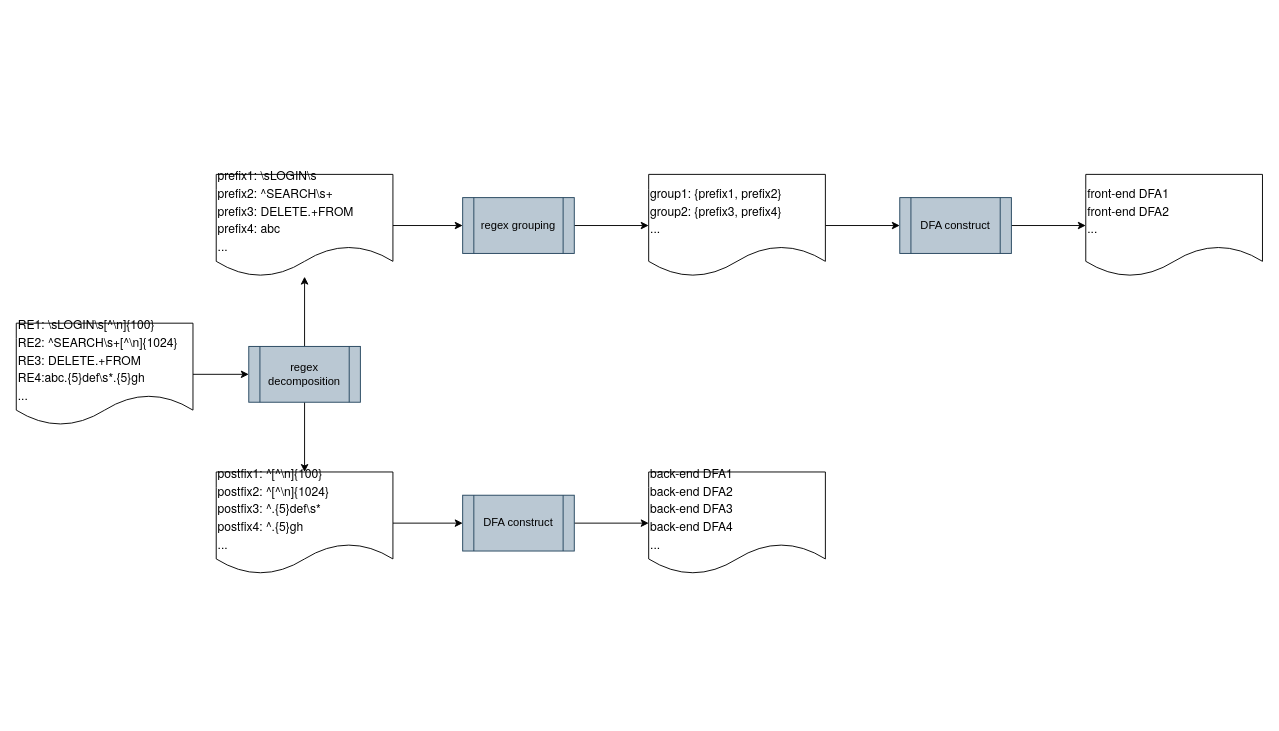
Before: Untitled Diagram.drawio in daveMmd/hello-world, a draw.io diagram. Source tidied: cells renumbered, new cells numbered last; positions are measured from the earlier drawing's top-left corner, leaving out a move shared by most shapes. Both pictures are drawn from the tidied source at 93%, with x=0, y=0 at pixel (16, 174).
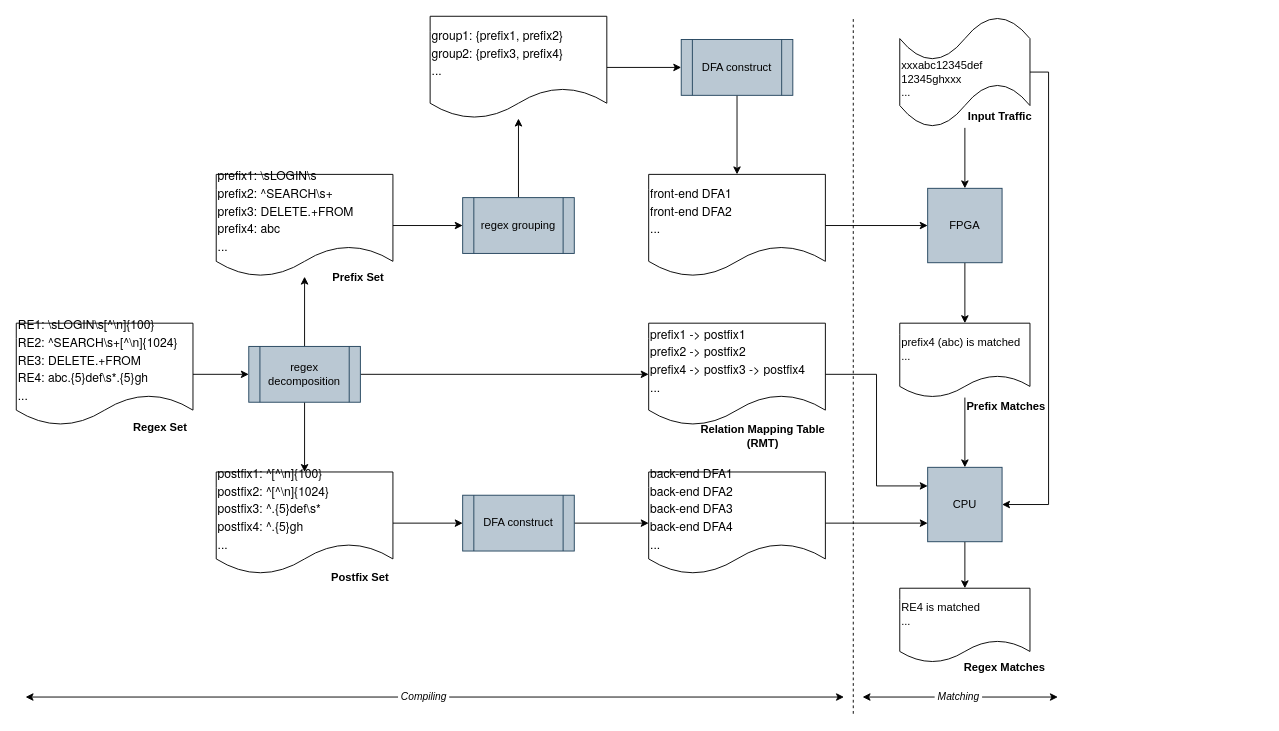
Above is the later version.

Unchanged cells that the change refers to:
```xml
<mxCell id="6" value="regex decomposition" style="shape=process;whiteSpace=wrap;html=1;backgroundOutline=1;fillColor=#bac8d3;strokeColor=#23445d;" parent="1" vertex="1">
  <mxGeometry x="250" y="185" width="120" height="60" as="geometry" />
</mxCell>
<mxCell id="12" value="regex grouping" style="shape=process;whiteSpace=wrap;html=1;backgroundOutline=1;fillColor=#bac8d3;strokeColor=#23445d;" parent="1" vertex="1">
  <mxGeometry x="480" y="25" width="120" height="60" as="geometry" />
</mxCell>
<mxCell id="20" value="&lt;p class=&quot;p1&quot; style=&quot;margin: 0px ; font-stretch: normal ; line-height: normal&quot;&gt;&lt;font face=&quot;helvetica neue&quot;&gt;&lt;span style=&quot;font-size: 13px&quot;&gt;back-end DFA1&lt;/span&gt;&lt;/font&gt;&lt;/p&gt;&lt;p class=&quot;p1&quot; style=&quot;margin: 0px ; font-stretch: normal ; line-height: normal&quot;&gt;&lt;font face=&quot;helvetica neue&quot;&gt;&lt;span style=&quot;font-size: 13px&quot;&gt;back-end DFA2&lt;/span&gt;&lt;/font&gt;&lt;/p&gt;&lt;p class=&quot;p1&quot; style=&quot;margin: 0px ; font-stretch: normal ; line-height: normal&quot;&gt;&lt;font face=&quot;helvetica neue&quot;&gt;&lt;span style=&quot;font-size: 13px&quot;&gt;back-end DFA3&lt;/span&gt;&lt;/font&gt;&lt;/p&gt;&lt;p class=&quot;p1&quot; style=&quot;margin: 0px ; font-stretch: normal ; line-height: normal&quot;&gt;&lt;font face=&quot;helvetica neue&quot;&gt;&lt;span style=&quot;font-size: 13px&quot;&gt;back-end DFA4&lt;/span&gt;&lt;/font&gt;&lt;/p&gt;&lt;p class=&quot;p1&quot; style=&quot;margin: 0px ; font-stretch: normal ; line-height: normal&quot;&gt;&lt;font face=&quot;helvetica neue&quot;&gt;&lt;span style=&quot;font-size: 13px&quot;&gt;...&lt;/span&gt;&lt;/font&gt;&lt;/p&gt;" style="shape=document;whiteSpace=wrap;html=1;boundedLbl=1;align=left;" parent="1" vertex="1">
  <mxGeometry x="680" y="320" width="190" height="110" as="geometry" />
</mxCell>
```

What changed in the source:
```diff
@@
-    <mxCell id="3" value="&lt;p class=&quot;p1&quot; style=&quot;margin: 0px ; font-stretch: normal ; font-size: 13px ; line-height: normal ; font-family: &amp;#34;helvetica neue&amp;#34;&quot;&gt;&lt;span class=&quot;s1&quot;&gt;RE1: \sLOGIN\s[^\n]{100}&lt;/span&gt;&lt;/p&gt;&lt;p class=&quot;p1&quot; style=&quot;margin: 0px ; font-stretch: normal ; font-size: 13px ; line-height: normal ; font-family: &amp;#34;helvetica neue&amp;#34;&quot;&gt;&lt;span class=&quot;s1&quot;&gt;RE2: ^SEARCH\s+[^\n]{1024}&lt;/span&gt;&lt;/p&gt;&lt;p class=&quot;p1&quot; style=&quot;margin: 0px ; font-stretch: normal ; font-size: 13px ; line-height: normal ; font-family: &amp;#34;helvetica neue&amp;#34;&quot;&gt;&lt;span class=&quot;s1&quot;&gt;RE3: DELETE.+FROM&lt;/span&gt;&lt;/p&gt;&lt;p class=&quot;p1&quot; style=&quot;margin: 0px ; font-stretch: normal ; font-size: 13px ; line-height: normal ; font-family: &amp;#34;helvetica neue&amp;#34;&quot;&gt;&lt;span class=&quot;s1&quot;&gt;RE4:abc.{5}def\s*.{5}gh&lt;/span&gt;&lt;/p&gt;&lt;p class=&quot;p1&quot; style=&quot;margin: 0px ; font-stretch: normal ; font-size: 13px ; line-height: normal ; font-family: &amp;#34;helvetica neue&amp;#34;&quot;&gt;&lt;span class=&quot;s1&quot;&gt;...&lt;/span&gt;&lt;/p&gt;" style="shape=document;whiteSpace=wrap;html=1;boundedLbl=1;align=left;" parent="1" vertex="1">
+    <mxCell id="3" value="&lt;p class=&quot;p1&quot; style=&quot;margin: 0px ; font-stretch: normal ; font-size: 13px ; line-height: normal ; font-family: &amp;#34;helvetica neue&amp;#34;&quot;&gt;&lt;span class=&quot;s1&quot;&gt;RE1: \sLOGIN\s[^\n]{100}&lt;/span&gt;&lt;/p&gt;&lt;p class=&quot;p1&quot; style=&quot;margin: 0px ; font-stretch: normal ; font-size: 13px ; line-height: normal ; font-family: &amp;#34;helvetica neue&amp;#34;&quot;&gt;&lt;span class=&quot;s1&quot;&gt;RE2: ^SEARCH\s+[^\n]{1024}&lt;/span&gt;&lt;/p&gt;&lt;p class=&quot;p1&quot; style=&quot;margin: 0px ; font-stretch: normal ; font-size: 13px ; line-height: normal ; font-family: &amp;#34;helvetica neue&amp;#34;&quot;&gt;&lt;span class=&quot;s1&quot;&gt;RE3: DELETE.+FROM&lt;/span&gt;&lt;/p&gt;&lt;p class=&quot;p1&quot; style=&quot;margin: 0px ; font-stretch: normal ; font-size: 13px ; line-height: normal ; font-family: &amp;#34;helvetica neue&amp;#34;&quot;&gt;&lt;span class=&quot;s1&quot;&gt;RE4: abc.{5}def\s*.{5}gh&lt;/span&gt;&lt;/p&gt;&lt;p class=&quot;p1&quot; style=&quot;margin: 0px ; font-stretch: normal ; font-size: 13px ; line-height: normal ; font-family: &amp;#34;helvetica neue&amp;#34;&quot;&gt;&lt;span class=&quot;s1&quot;&gt;...&lt;/span&gt;&lt;/p&gt;" style="shape=document;whiteSpace=wrap;html=1;boundedLbl=1;align=left;" parent="1" vertex="1">
       <mxGeometry y="160" width="190" height="110" as="geometry" />
     </mxCell>
@@
+    <mxCell id="21" style="edgeStyle=orthogonalEdgeStyle;rounded=0;jettySize=auto;html=1;" parent="1" edge="1" source="6" target="25">
+      <mxGeometry relative="1" as="geometry" />
+    </mxCell>
@@
-    <mxCell id="11" style="edgeStyle=orthogonalEdgeStyle;rounded=0;jettySize=auto;html=1;exitX=1;exitY=0.5;exitDx=0;exitDy=0;entryX=0;entryY=0.5;entryDx=0;entryDy=0;" parent="1" edge="1" source="12" target="14">
+    <mxCell id="11" style="edgeStyle=orthogonalEdgeStyle;rounded=0;jettySize=auto;html=1;" parent="1" edge="1" source="12" target="14">
       <mxGeometry relative="1" as="geometry" />
     </mxCell>
@@
     <mxCell id="14" value="&lt;p class=&quot;p1&quot; style=&quot;margin: 0px ; font-stretch: normal ; line-height: normal&quot;&gt;&lt;font face=&quot;helvetica neue&quot;&gt;&lt;span style=&quot;font-size: 13px&quot;&gt;group1: {prefix1, prefix2}&lt;/span&gt;&lt;/font&gt;&lt;/p&gt;&lt;p class=&quot;p1&quot; style=&quot;margin: 0px ; font-stretch: normal ; line-height: normal&quot;&gt;&lt;font face=&quot;helvetica neue&quot;&gt;&lt;span style=&quot;font-size: 13px&quot;&gt;group2: {prefix3, prefix4}&lt;/span&gt;&lt;/font&gt;&lt;/p&gt;&lt;p class=&quot;p1&quot; style=&quot;margin: 0px ; font-stretch: normal ; line-height: normal&quot;&gt;&lt;font face=&quot;helvetica neue&quot;&gt;&lt;span style=&quot;font-size: 13px&quot;&gt;...&lt;/span&gt;&lt;/font&gt;&lt;/p&gt;" style="shape=document;whiteSpace=wrap;html=1;boundedLbl=1;align=left;" parent="1" vertex="1">
-      <mxGeometry x="680" width="190" height="110" as="geometry" />
+      <mxGeometry x="445" y="-170" width="190" height="110" as="geometry" />
     </mxCell>
@@
     <mxCell id="16" value="DFA construct" style="shape=process;whiteSpace=wrap;html=1;backgroundOutline=1;fillColor=#bac8d3;strokeColor=#23445d;" parent="1" vertex="1">
-      <mxGeometry x="950" y="25" width="120" height="60" as="geometry" />
+      <mxGeometry x="715" y="-145" width="120" height="60" as="geometry" />
     </mxCell>
@@
+    <mxCell id="22" style="edgeStyle=orthogonalEdgeStyle;rounded=0;jettySize=auto;html=1;" parent="1" edge="1" source="19" target="27">
+      <mxGeometry relative="1" as="geometry" />
+    </mxCell>
     <mxCell id="19" value="&lt;p class=&quot;p1&quot; style=&quot;margin: 0px ; font-stretch: normal ; line-height: normal&quot;&gt;&lt;font face=&quot;helvetica neue&quot;&gt;&lt;span style=&quot;font-size: 13px&quot;&gt;front-end DFA1&lt;/span&gt;&lt;/font&gt;&lt;/p&gt;&lt;p class=&quot;p1&quot; style=&quot;margin: 0px ; font-stretch: normal ; line-height: normal&quot;&gt;&lt;font face=&quot;helvetica neue&quot;&gt;&lt;span style=&quot;font-size: 13px&quot;&gt;front-end DFA2&lt;/span&gt;&lt;/font&gt;&lt;/p&gt;&lt;p class=&quot;p1&quot; style=&quot;margin: 0px ; font-stretch: normal ; line-height: normal&quot;&gt;&lt;font face=&quot;helvetica neue&quot;&gt;&lt;span style=&quot;font-size: 13px&quot;&gt;...&lt;/span&gt;&lt;/font&gt;&lt;/p&gt;" style="shape=document;whiteSpace=wrap;html=1;boundedLbl=1;align=left;" parent="1" vertex="1">
-      <mxGeometry x="1150" width="190" height="110" as="geometry" />
+      <mxGeometry x="680" width="190" height="110" as="geometry" />
     </mxCell>
+    <mxCell id="23" style="edgeStyle=orthogonalEdgeStyle;rounded=0;jettySize=auto;html=1;exitX=1;exitY=0.5;exitDx=0;exitDy=0;entryX=0;entryY=0.75;entryDx=0;entryDy=0;" parent="1" edge="1" source="20" target="29">
+      <mxGeometry relative="1" as="geometry" />
+    </mxCell>
@@
+    <mxCell id="24" style="edgeStyle=orthogonalEdgeStyle;rounded=0;jettySize=auto;html=1;entryX=0;entryY=0.25;entryDx=0;entryDy=0;" parent="1" edge="1" source="25" target="29">
+      <mxGeometry relative="1" as="geometry" />
+    </mxCell>
+    <mxCell id="25" value="&lt;p class=&quot;p1&quot; style=&quot;margin: 0px ; font-stretch: normal ; line-height: normal&quot;&gt;&lt;font face=&quot;helvetica neue&quot;&gt;&lt;span style=&quot;font-size: 13px&quot;&gt;prefix1 -&amp;gt; postfix1&lt;/span&gt;&lt;/font&gt;&lt;/p&gt;&lt;p class=&quot;p1&quot; style=&quot;margin: 0px ; font-stretch: normal ; line-height: normal&quot;&gt;&lt;font face=&quot;helvetica neue&quot;&gt;&lt;span style=&quot;font-size: 13px&quot;&gt;prefix2 -&amp;gt; postfix2&lt;/span&gt;&lt;/font&gt;&lt;/p&gt;&lt;p class=&quot;p1&quot; style=&quot;margin: 0px ; font-stretch: normal ; line-height: normal&quot;&gt;&lt;font face=&quot;helvetica neue&quot;&gt;&lt;span style=&quot;font-size: 13px&quot;&gt;prefix4 -&amp;gt; postfix3 -&amp;gt; postfix4&lt;/span&gt;&lt;/font&gt;&lt;/p&gt;&lt;p class=&quot;p1&quot; style=&quot;margin: 0px ; font-stretch: normal ; line-height: normal&quot;&gt;&lt;font face=&quot;helvetica neue&quot;&gt;&lt;span style=&quot;font-size: 13px&quot;&gt;...&lt;/span&gt;&lt;/font&gt;&lt;/p&gt;" style="shape=document;whiteSpace=wrap;html=1;boundedLbl=1;align=left;" parent="1" vertex="1">
+      <mxGeometry x="680" y="160" width="190" height="110" as="geometry" />
+    </mxCell>
+    <mxCell id="26" style="edgeStyle=orthogonalEdgeStyle;rounded=0;jettySize=auto;html=1;" parent="1" edge="1" source="27" target="34">
+      <mxGeometry relative="1" as="geometry" />
+    </mxCell>
+    <mxCell id="27" value="FPGA" style="whiteSpace=wrap;html=1;fillColor=#bac8d3;strokeColor=#23445d;" parent="1" vertex="1">
+      <mxGeometry x="980" y="15" width="80" height="80" as="geometry" />
+    </mxCell>
+    <mxCell id="28" style="edgeStyle=orthogonalEdgeStyle;rounded=0;jettySize=auto;html=1;" parent="1" edge="1" source="29" target="35">
+      <mxGeometry relative="1" as="geometry" />
+    </mxCell>
+    <mxCell id="29" value="CPU" style="whiteSpace=wrap;html=1;fillColor=#bac8d3;strokeColor=#23445d;" parent="1" vertex="1">
+      <mxGeometry x="980" y="315" width="80" height="80" as="geometry" />
+    </mxCell>
+    <mxCell id="30" style="edgeStyle=orthogonalEdgeStyle;rounded=0;jettySize=auto;html=1;" parent="1" edge="1" source="32" target="27">
+      <mxGeometry relative="1" as="geometry" />
+    </mxCell>
+    <mxCell id="31" style="edgeStyle=orthogonalEdgeStyle;rounded=0;jettySize=auto;html=1;entryX=1;entryY=0.5;entryDx=0;entryDy=0;exitX=1;exitY=0.5;exitDx=0;exitDy=0;exitPerimeter=0;" parent="1" edge="1" source="32" target="29">
+      <mxGeometry relative="1" as="geometry" />
+    </mxCell>
+    <mxCell id="32" value="&lt;br&gt;xxxabc12345def&lt;br&gt;12345ghxxx&lt;br&gt;..." style="shape=tape;whiteSpace=wrap;html=1;align=left;" parent="1" vertex="1">
+      <mxGeometry x="950" y="-170" width="140" height="120" as="geometry" />
+    </mxCell>
+    <mxCell id="33" style="edgeStyle=orthogonalEdgeStyle;rounded=0;jettySize=auto;html=1;" parent="1" edge="1" source="34" target="29">
+      <mxGeometry relative="1" as="geometry" />
+    </mxCell>
+    <mxCell id="34" value="prefix4 (abc) is matched&lt;br&gt;..." style="shape=document;whiteSpace=wrap;html=1;boundedLbl=1;align=left;" parent="1" vertex="1">
+      <mxGeometry x="950" y="160" width="140" height="80" as="geometry" />
+    </mxCell>
+    <mxCell id="35" value="RE4 is matched&lt;br&gt;..." style="shape=document;whiteSpace=wrap;html=1;boundedLbl=1;align=left;" parent="1" vertex="1">
+      <mxGeometry x="950" y="445" width="140" height="80" as="geometry" />
+    </mxCell>
+    <mxCell id="36" value="&lt;b&gt;Regex Set&lt;/b&gt;" style="text;html=1;strokeColor=none;fillColor=none;align=center;verticalAlign=middle;whiteSpace=wrap;rounded=0;" parent="1" vertex="1">
+      <mxGeometry x="120" y="262" width="70" height="20" as="geometry" />
+    </mxCell>
+    <mxCell id="37" value="&lt;b&gt;Prefix Set&lt;/b&gt;" style="text;html=1;strokeColor=none;fillColor=none;align=center;verticalAlign=middle;whiteSpace=wrap;rounded=0;" parent="1" vertex="1">
+      <mxGeometry x="333" y="101" width="70" height="20" as="geometry" />
+    </mxCell>
+    <mxCell id="38" value="&lt;b&gt;Postfix Set&lt;/b&gt;" style="text;html=1;strokeColor=none;fillColor=none;align=center;verticalAlign=middle;whiteSpace=wrap;rounded=0;" parent="1" vertex="1">
+      <mxGeometry x="335" y="424" width="70" height="20" as="geometry" />
+    </mxCell>
+    <mxCell id="39" value="&lt;b&gt;Relation Mapping Table&lt;br&gt;(RMT)&lt;br&gt;&lt;/b&gt;" style="text;html=1;strokeColor=none;fillColor=none;align=center;verticalAlign=middle;whiteSpace=wrap;rounded=0;" parent="1" vertex="1">
+      <mxGeometry x="733" y="272" width="140" height="20" as="geometry" />
+    </mxCell>
+    <mxCell id="40" value="&lt;b&gt;Input Traffic&lt;/b&gt;" style="text;html=1;strokeColor=none;fillColor=none;align=center;verticalAlign=middle;whiteSpace=wrap;rounded=0;" parent="1" vertex="1">
+      <mxGeometry x="1013" y="-72" width="90" height="20" as="geometry" />
+    </mxCell>
+    <mxCell id="41" value="&lt;b&gt;Prefix Matches&lt;/b&gt;" style="text;html=1;strokeColor=none;fillColor=none;align=center;verticalAlign=middle;whiteSpace=wrap;rounded=0;" parent="1" vertex="1">
+      <mxGeometry x="1021" y="240" width="87" height="20" as="geometry" />
+    </mxCell>
+    <mxCell id="42" value="&lt;b&gt;Regex Matches&lt;/b&gt;" style="text;html=1;strokeColor=none;fillColor=none;align=center;verticalAlign=middle;whiteSpace=wrap;rounded=0;" parent="1" vertex="1">
+      <mxGeometry x="1014.5" y="520" width="95.5" height="20" as="geometry" />
+    </mxCell>
+    <mxCell id="43" style="endArrow=none;dashed=1;html=1;" parent="1" edge="1">
+      <mxGeometry relative="1" as="geometry">
+        <mxPoint x="900" y="580" as="sourcePoint" />
+        <mxPoint x="900" y="-170" as="targetPoint" />
+      </mxGeometry>
+    </mxCell>
+    <mxCell id="44" style="endArrow=classic;startArrow=classic;html=1;" parent="1" edge="1">
+      <mxGeometry relative="1" as="geometry">
+        <mxPoint x="10" y="562" as="sourcePoint" />
+        <mxPoint x="890" y="562" as="targetPoint" />
+      </mxGeometry>
+    </mxCell>
+    <mxCell id="45" value="&lt;i&gt;&amp;nbsp;Compiling&amp;nbsp;&lt;/i&gt;" style="edgeLabel;html=1;align=center;verticalAlign=middle;" parent="44" vertex="1">
+      <mxGeometry x="-0.03" y="-2" relative="1" as="geometry">
+        <mxPoint y="-3" as="offset" />
+      </mxGeometry>
+    </mxCell>
+    <mxCell id="46" style="endArrow=classic;startArrow=classic;html=1;" parent="1" edge="1">
+      <mxGeometry relative="1" as="geometry">
+        <mxPoint x="910" y="562" as="sourcePoint" />
+        <mxPoint x="1120" y="562" as="targetPoint" />
+      </mxGeometry>
+    </mxCell>
+    <mxCell id="47" value="&lt;i&gt;&amp;nbsp;Matching&amp;nbsp;&lt;/i&gt;" style="edgeLabel;html=1;align=center;verticalAlign=middle;" parent="46" vertex="1">
+      <mxGeometry x="-0.03" y="-2" relative="1" as="geometry">
+        <mxPoint y="-3" as="offset" />
+      </mxGeometry>
+    </mxCell>
```
